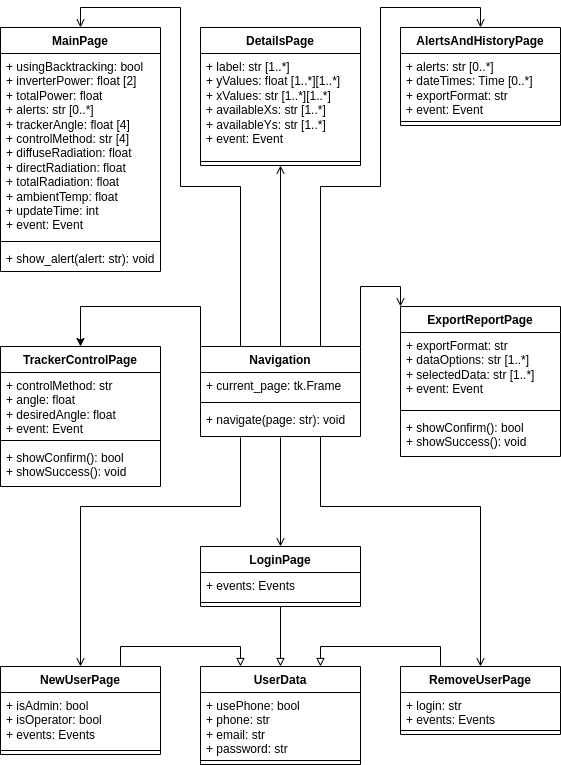
jaedson-barbosa/supervisorio-solar-ufpb-docs keeps this draw.io diagram as diagrama de classes - view.drawio.png. Above is the earlier version. Source tidied: cells renumbered, new cells last; positions are measured from the earlier drawing's top-left corner, leaving out a move shared by most shapes.
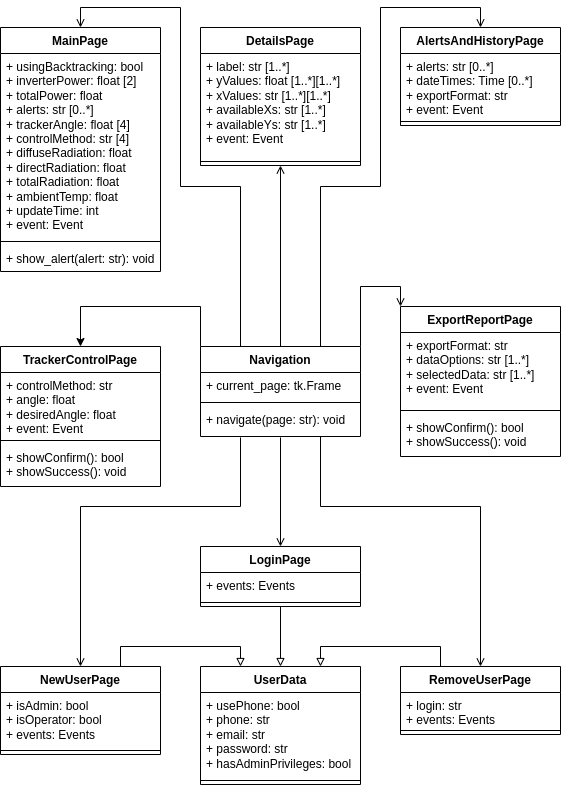
The same diagram one commit later.

What changed in the source:
```diff
@@ -124,13 +124,13 @@
       <mxGeometry y="130" width="160" height="8" as="geometry" />
     </mxCell>
     <mxCell id="31" value="UserData" style="swimlane;fontStyle=1;align=center;verticalAlign=top;horizontal=1;startSize=26;whiteSpace=wrap;html=1;" parent="1" vertex="1">
-      <mxGeometry x="200" y="659" width="160" height="98" as="geometry" />
+      <mxGeometry x="200" y="659" width="160" height="118" as="geometry" />
     </mxCell>
-    <mxCell id="32" value="+ usePhone: bool&lt;br style=&quot;border-color: var(--border-color);&quot;&gt;+ phone: str&lt;br style=&quot;border-color: var(--border-color);&quot;&gt;+ email: str&lt;br style=&quot;border-color: var(--border-color);&quot;&gt;+ password: str" style="text;strokeColor=none;fillColor=none;align=left;verticalAlign=top;spacingLeft=4;spacingRight=4;overflow=hidden;whiteSpace=wrap;html=1;" parent="31" vertex="1">
-      <mxGeometry y="26" width="160" height="64" as="geometry" />
+    <mxCell id="32" value="+ usePhone: bool&lt;br style=&quot;border-color: var(--border-color);&quot;&gt;+ phone: str&lt;br style=&quot;border-color: var(--border-color);&quot;&gt;+ email: str&lt;br style=&quot;border-color: var(--border-color);&quot;&gt;+ password: str&lt;br&gt;+ hasAdminPrivileges: bool" style="text;strokeColor=none;fillColor=none;align=left;verticalAlign=top;spacingLeft=4;spacingRight=4;overflow=hidden;whiteSpace=wrap;html=1;" parent="31" vertex="1">
+      <mxGeometry y="26" width="160" height="84" as="geometry" />
     </mxCell>
     <mxCell id="33" style="line;strokeWidth=1;fillColor=none;align=left;verticalAlign=middle;spacingTop=-1;spacingLeft=3;spacingRight=3;labelPosition=right;strokeColor=inherit;" parent="31" vertex="1">
-      <mxGeometry y="90" width="160" height="8" as="geometry" />
+      <mxGeometry y="110" width="160" height="8" as="geometry" />
     </mxCell>
     <mxCell id="34" value="ExportReportPage" style="swimlane;fontStyle=1;align=center;verticalAlign=top;horizontal=1;startSize=26;whiteSpace=wrap;html=1;" parent="1" vertex="1">
       <mxGeometry x="400" y="299" width="160" height="150" as="geometry" />
```
